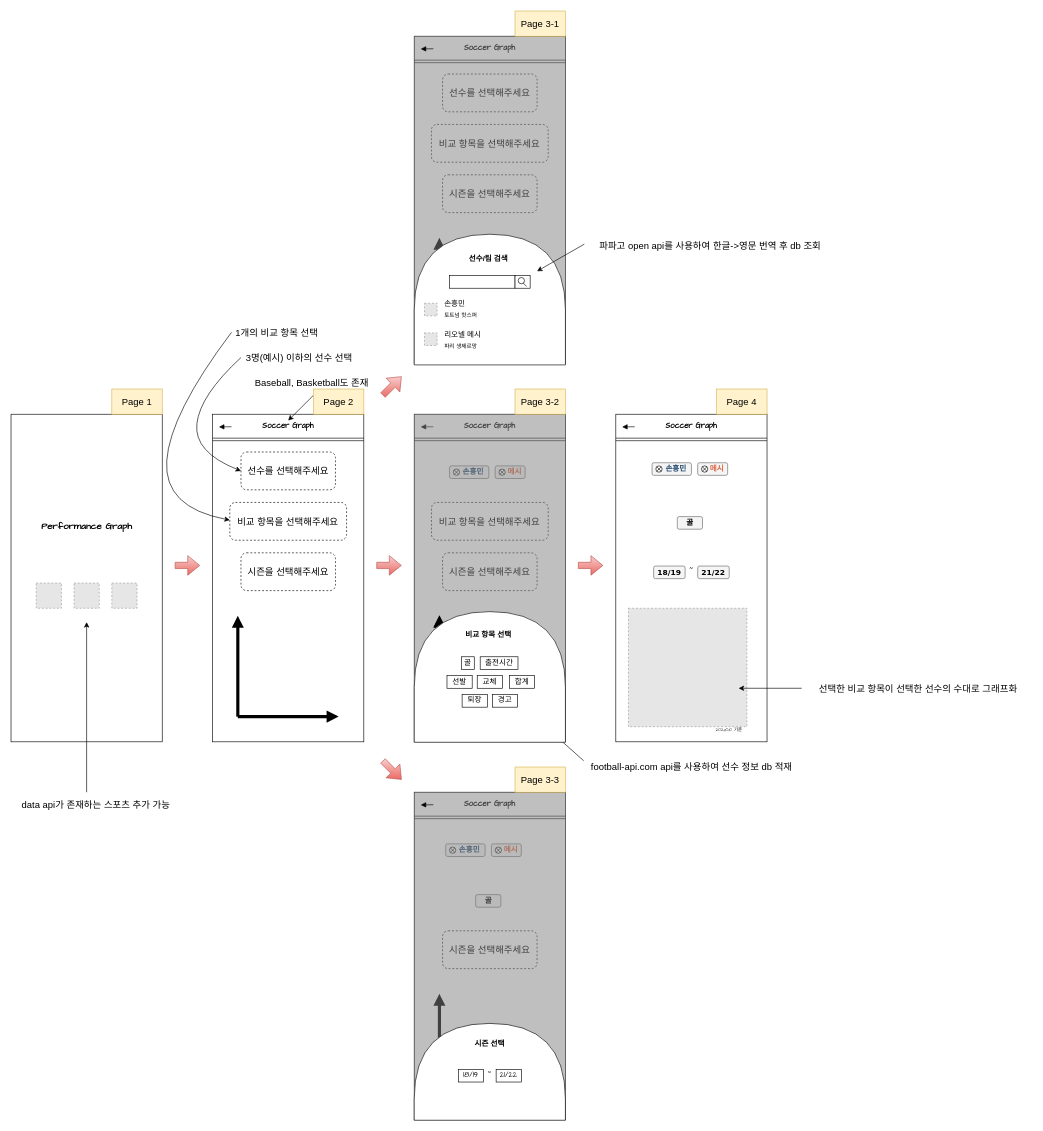
Performance-Graph/Front keeps this draw.io diagram as docs/design.drawio. Above is the earlier version. Source tidied: cells renumbered, new cells numbered last; positions are measured from the earlier drawing's top-left corner, leaving out a move shared by most shapes. Both pictures are drawn from the tidied source at 63%, with x=0, y=0 at pixel (11, 11). Pictures stored in the file or linked from it are replaced by grey dashed boxes.
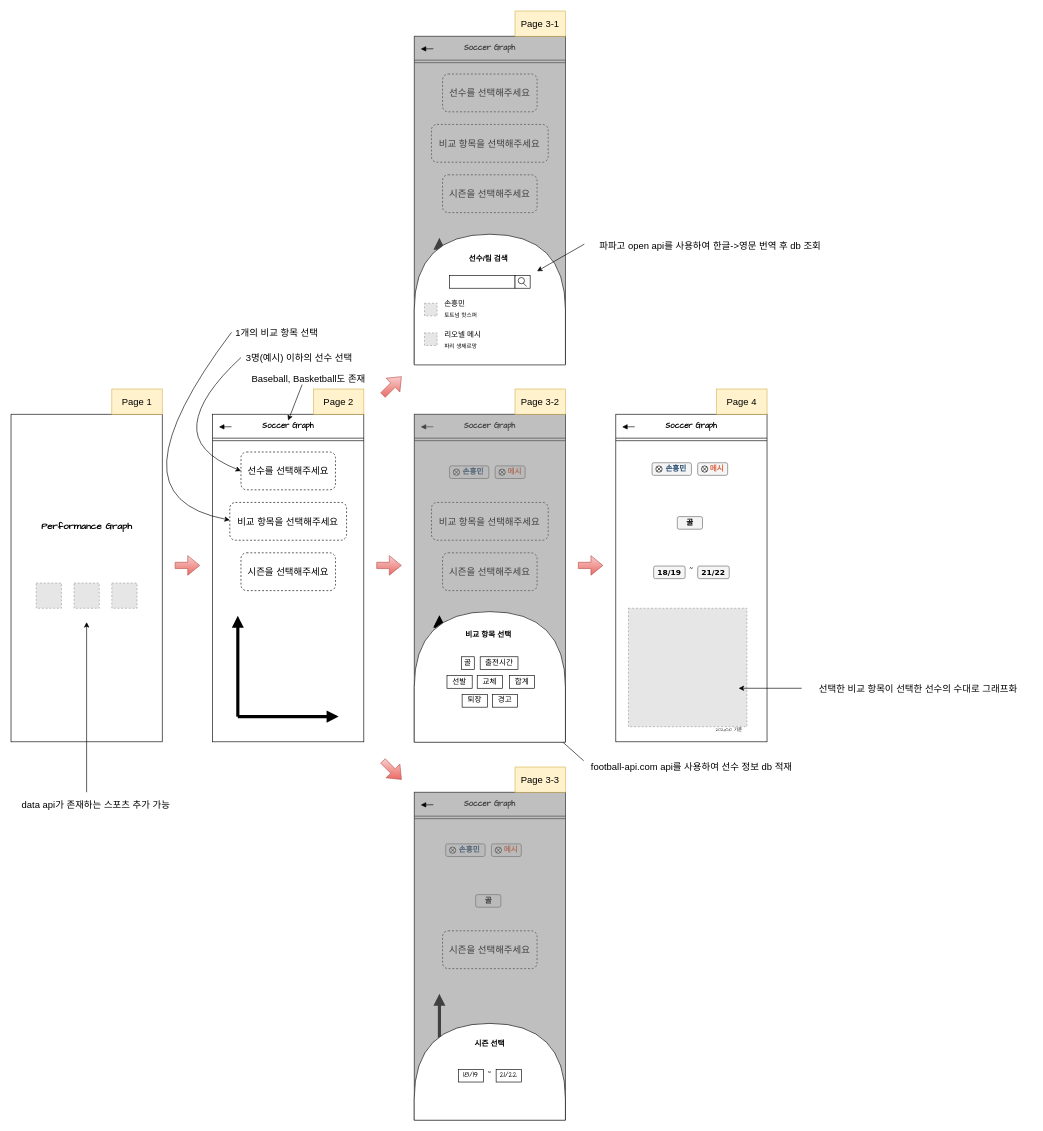
After the change.

Commit message:
modify pointer in design

Unchanged cells that the change refers to:
```xml
<mxCell id="3" value="Soccer Graph" style="text;html=1;strokeColor=none;fillColor=none;align=center;verticalAlign=middle;whiteSpace=wrap;rounded=0;fontFamily=Comic Sans MS;fontSize=12;fontColor=#000000;fontStyle=1;" parent="1" vertex="1">
  <mxGeometry x="380.9" y="650" width="118.1" height="20" as="geometry" />
</mxCell>
```

The edit, as a diff of the source:
```diff
@@
-    <mxCell id="69" style="endArrow=classic;html=1;fontSize=15;fontColor=#000000;strokeWidth=1;fillColor=#000000;entryX=0.5;entryY=0;entryDx=0;entryDy=0;" parent="1" edge="1" target="3">
-      <mxGeometry relative="1" as="geometry">
-        <mxPoint x="480" y="610" as="sourcePoint" />
-      </mxGeometry>
+    <mxCell id="69" style="endArrow=classic;html=1;fontSize=15;fontColor=#000000;strokeWidth=1;fillColor=#000000;entryX=0.5;entryY=0;entryDx=0;entryDy=0;exitX=0.447;exitY=1;exitDx=0;exitDy=0;exitPerimeter=0;" parent="1" edge="1" source="70" target="3">
+      <mxGeometry relative="1" as="geometry" />
     </mxCell>
     <mxCell id="70" value="Baseball, Basketball도 존재" style="text;html=1;strokeColor=none;fillColor=none;align=center;verticalAlign=middle;whiteSpace=wrap;rounded=0;shadow=0;fontSize=15;fontColor=#000000;" parent="1" vertex="1">
-      <mxGeometry x="380.9" y="580" width="192.7" height="20" as="geometry" />
+      <mxGeometry x="375.9" y="573" width="192.7" height="20" as="geometry" />
     </mxCell>
```
